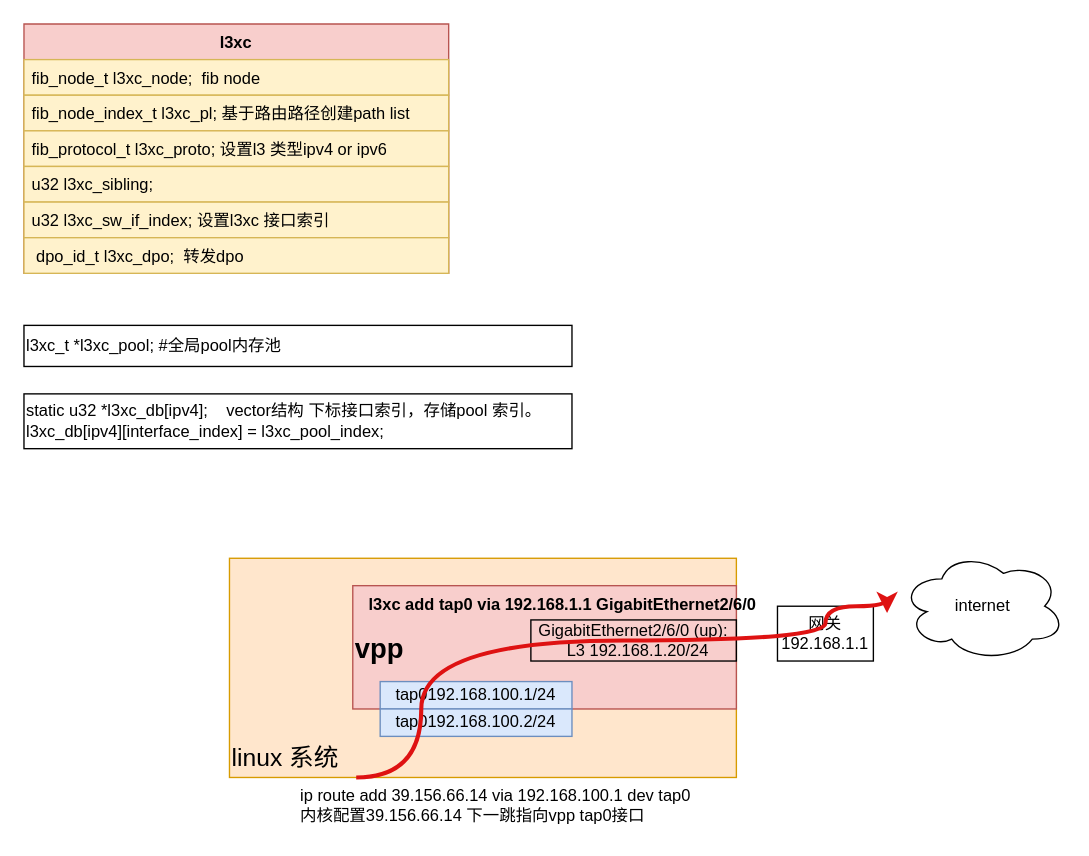
Above: new_map/l3xc.drawio in jin13417/dpdk-vpp-learning (draw.io), before the change. Source tidied: cells renumbered, new cells numbered last; positions are measured from the earlier drawing's top-left corner, leaving out a move shared by most shapes. Both pictures are drawn from the tidied source at 137%, with x=0, y=0 at pixel (23, 23).
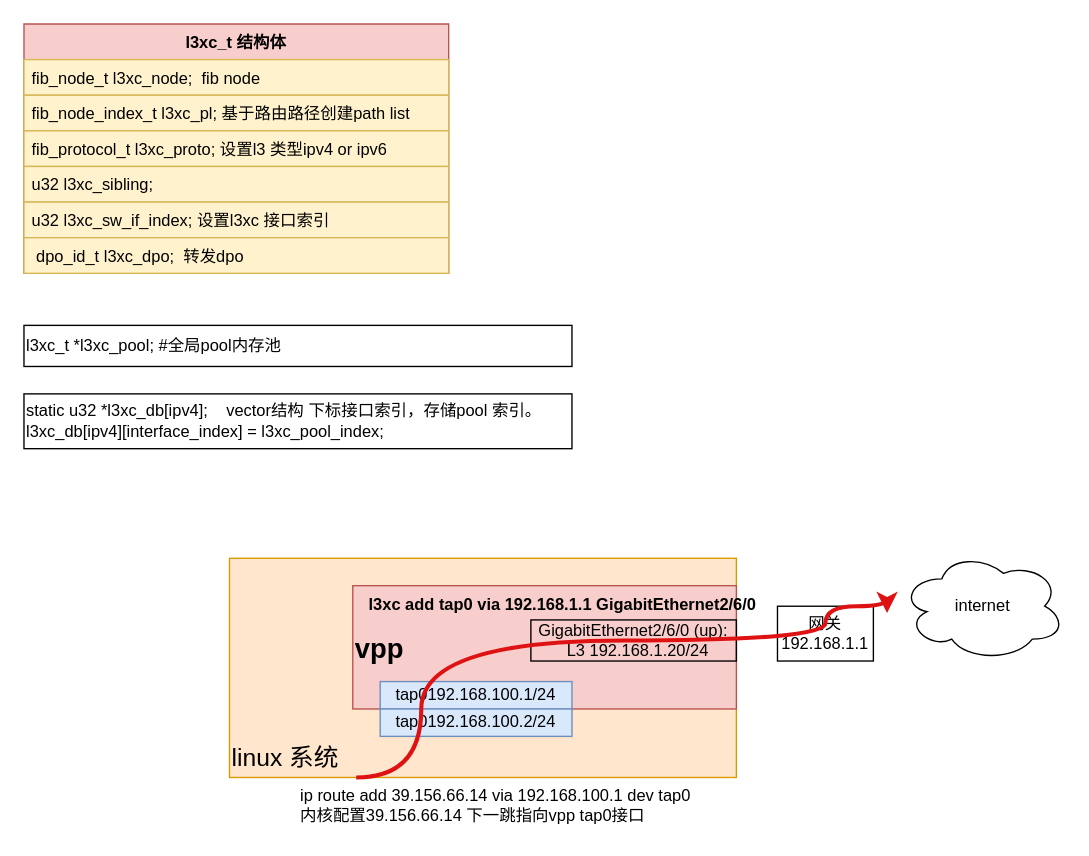
The same diagram, later.

Diff of the diagram source:
```diff
@@
-    <mxCell id="3" value="l3xc" style="swimlane;fontStyle=1;align=center;verticalAlign=top;horizontal=1;startSize=26;whiteSpace=wrap;html=1;fillColor=#f8cecc;strokeColor=#b85450;" parent="1" vertex="1">
+    <mxCell id="3" value="l3xc_t 结构体" style="swimlane;fontStyle=1;align=center;verticalAlign=top;horizontal=1;startSize=26;whiteSpace=wrap;html=1;fillColor=#f8cecc;strokeColor=#b85450;" parent="1" vertex="1">
       <mxGeometry width="310" height="182" as="geometry" />
     </mxCell>
```
